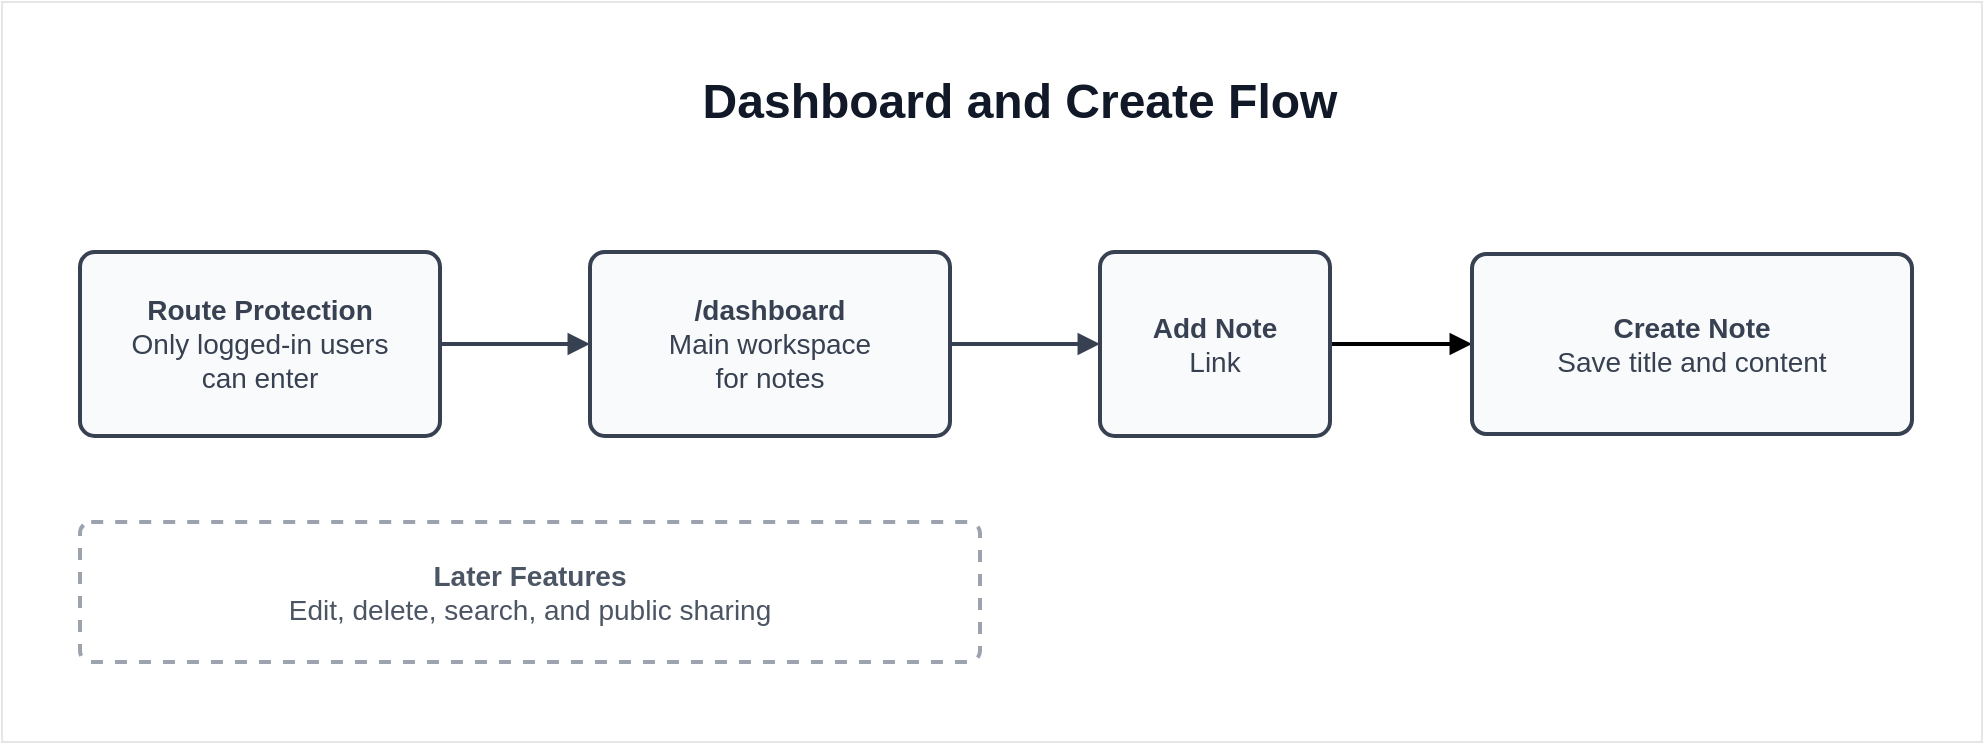
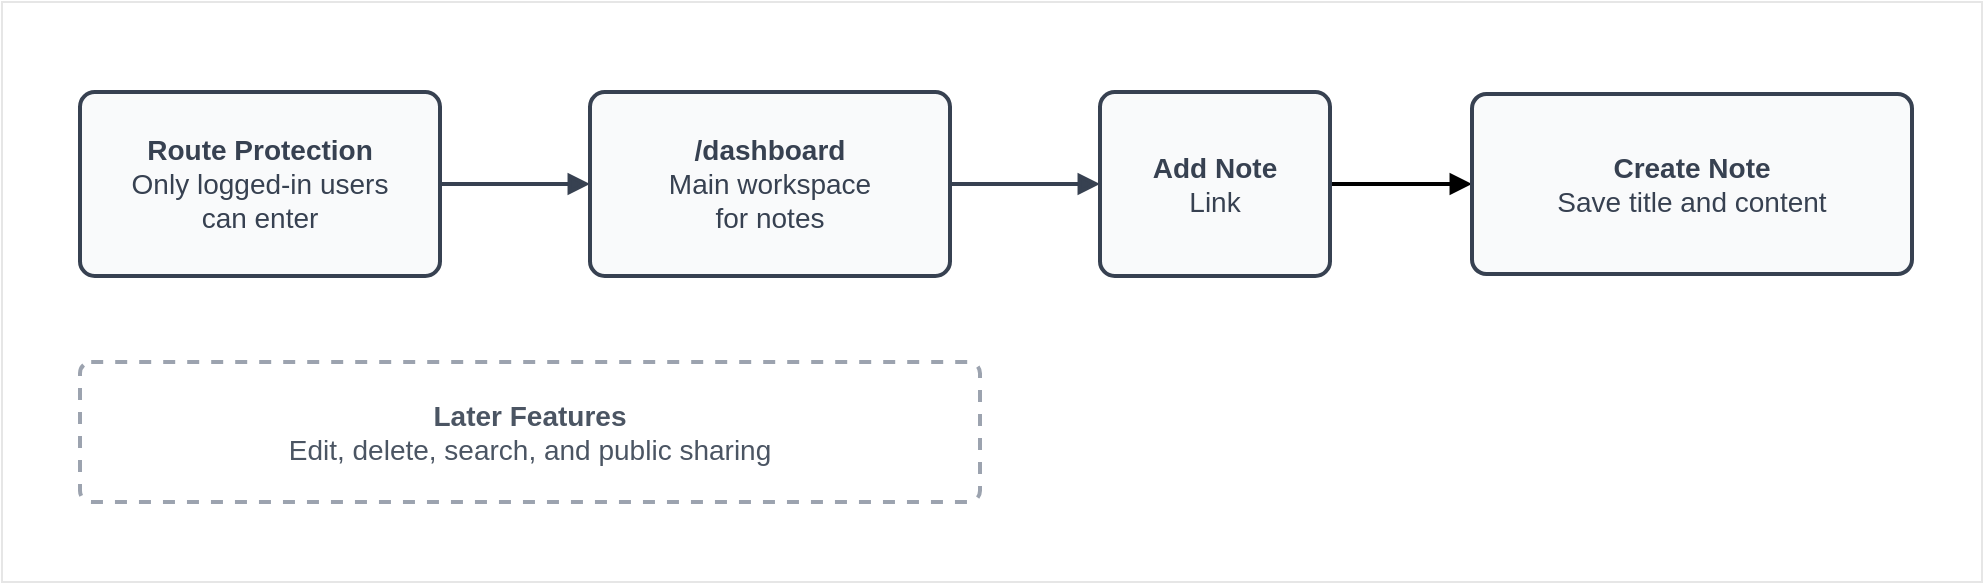
<mxfile host="Electron" agent="Mozilla/5.0 (Windows NT 10.0; Win64; x64) AppleWebKit/537.36 (KHTML, like Gecko) draw.io/29.5.2 Chrome/142.0.7444.265 Electron/39.6.1 Safari/537.36" version="29.5.2">
  <diagram id="dashboard-create-flow" name="dashboard-create-flow">
-     <mxGraphModel dx="1096" dy="1126" grid="1" gridSize="10" guides="1" tooltips="1" connect="1" arrows="1" fold="1" page="1" pageScale="1" pageWidth="980" pageHeight="360" math="0" shadow="0">
+     <mxGraphModel dx="1096" dy="766" grid="1" gridSize="10" guides="1" tooltips="1" connect="1" arrows="1" fold="1" page="1" pageScale="1" pageWidth="980" pageHeight="360" math="0" shadow="0">
      <root>
        <mxCell id="0" />
        <mxCell id="1" parent="0" />
        <mxCell id="fXb6vhCNLcbJms-F19Us-1" parent="1" style="rounded=0;whiteSpace=wrap;html=1;strokeColor=#E6E6E6;" value="" vertex="1">
-           <mxGeometry height="370" width="990" x="11" y="-30" as="geometry" />
-         </mxCell>
-         <mxCell id="title" parent="1" style="text;html=1;strokeColor=none;fillColor=none;align=center;verticalAlign=middle;whiteSpace=wrap;rounded=0;fontFamily=Arial;fontSize=24;fontStyle=1;fontColor=#111827;" value="Dashboard and Create Flow" vertex="1">
-           <mxGeometry height="40" width="400" x="320" as="geometry" />
+           <mxGeometry height="290" width="990" x="11" y="50" as="geometry" />
        </mxCell>
        <mxCell id="route-protection" parent="1" style="rounded=1;whiteSpace=wrap;html=1;arcSize=8;fillColor=#f9fafb;strokeColor=#374151;strokeWidth=2;fontFamily=Arial;fontSize=14;fontColor=#374151;spacing=8;" value="&lt;b&gt;Route Protection&lt;/b&gt;&lt;br&gt;Only logged-in users&lt;br&gt;can enter" vertex="1">
          <mxGeometry height="92" width="180" x="50" y="95" as="geometry" />
        </mxCell>
        <mxCell id="dashboard" parent="1" style="rounded=1;whiteSpace=wrap;html=1;arcSize=8;fillColor=#f9fafb;strokeColor=#374151;strokeWidth=2;fontFamily=Arial;fontSize=14;fontColor=#374151;spacing=8;" value="&lt;b&gt;/dashboard&lt;/b&gt;&lt;br&gt;Main workspace&lt;br&gt;for notes" vertex="1">
          <mxGeometry height="92" width="180" x="305" y="95" as="geometry" />
        </mxCell>
        <mxCell id="fXb6vhCNLcbJms-F19Us-2" edge="1" parent="1" source="add-note" style="edgeStyle=orthogonalEdgeStyle;rounded=0;orthogonalLoop=1;jettySize=auto;html=1;entryX=0;entryY=0.5;entryDx=0;entryDy=0;endArrow=block;endFill=1;strokeWidth=2;" target="create-note">
          <mxGeometry relative="1" as="geometry" />
        </mxCell>
        <mxCell id="add-note" parent="1" style="rounded=1;whiteSpace=wrap;html=1;arcSize=8;fillColor=#f9fafb;strokeColor=#374151;strokeWidth=2;fontFamily=Arial;fontSize=14;fontColor=#374151;spacing=8;" value="&lt;b&gt;Add Note&lt;/b&gt;&lt;br&gt;Link" vertex="1">
          <mxGeometry height="92" width="115" x="560" y="95" as="geometry" />
        </mxCell>
        <mxCell id="create-note" parent="1" style="rounded=1;whiteSpace=wrap;html=1;arcSize=8;fillColor=#f9fafb;strokeColor=#374151;strokeWidth=2;fontFamily=Arial;fontSize=14;fontColor=#374151;spacing=8;" value="&lt;b&gt;Create Note&lt;/b&gt;&lt;br&gt;Save title and content" vertex="1">
          <mxGeometry height="90" width="220" x="746" y="96" as="geometry" />
        </mxCell>
        <mxCell id="later-features" parent="1" style="rounded=1;whiteSpace=wrap;html=1;arcSize=8;fillColor=#ffffff;strokeColor=#9ca3af;strokeWidth=2;dashed=1;fontFamily=Arial;fontSize=14;fontColor=#4b5563;spacing=8;" value="&lt;b&gt;Later Features&lt;/b&gt;&lt;br&gt;Edit, delete, search, and public sharing" vertex="1">
          <mxGeometry height="70" width="450" x="50" y="230" as="geometry" />
        </mxCell>
        <mxCell id="edge-route-dashboard" edge="1" parent="1" source="route-protection" style="edgeStyle=orthogonalEdgeStyle;rounded=0;orthogonalLoop=1;jettySize=auto;html=1;endArrow=block;endFill=1;strokeColor=#374151;strokeWidth=2;" target="dashboard" value="">
          <mxGeometry relative="1" as="geometry" />
        </mxCell>
        <mxCell id="edge-dashboard-header" edge="1" parent="1" source="dashboard" style="edgeStyle=orthogonalEdgeStyle;rounded=0;orthogonalLoop=1;jettySize=auto;html=1;endArrow=block;endFill=1;strokeColor=#374151;strokeWidth=2;" value="">
          <mxGeometry relative="1" as="geometry">
            <mxPoint x="560" y="141" as="targetPoint" />
          </mxGeometry>
        </mxCell>
      </root>
    </mxGraphModel>
  </diagram>
</mxfile>
